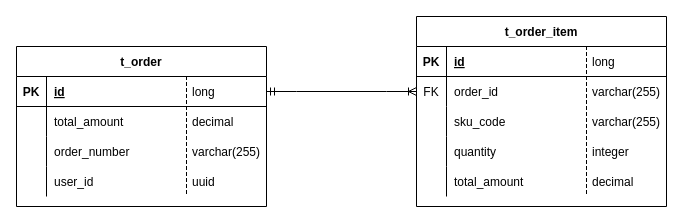
The draw.io diagram order-service/documentation/database/order-service-model.drawio in bogdanmilojevic/micro-commerce, before the edit. Source tidied: cells renumbered, new cells numbered last; positions are measured from the earlier drawing's top-left corner, leaving out a move shared by most shapes. Both pictures are drawn from the tidied source at 100%, with x=0, y=0 at pixel (16, 16).
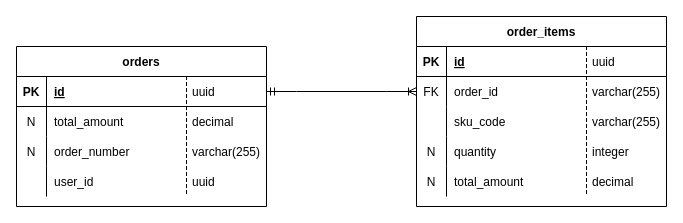
After the change.

Unchanged cells that the change refers to:
```xml
<mxCell id="6" style="shape=partialRectangle;fillColor=none;top=0;left=0;right=0;bottom=0;" parent="2" vertex="1">
  <mxGeometry y="60" width="250" height="30" as="geometry" />
</mxCell>
<mxCell id="9" style="shape=partialRectangle;fillColor=none;top=0;left=0;right=0;bottom=0;" parent="2" vertex="1">
  <mxGeometry y="90" width="250" height="30" as="geometry" />
</mxCell>
<mxCell id="25" style="shape=partialRectangle;fillColor=none;top=0;left=0;right=0;bottom=0;" parent="15" vertex="1">
  <mxGeometry y="120" width="250" height="30" as="geometry" />
</mxCell>
<mxCell id="28" style="shape=partialRectangle;fillColor=none;top=0;left=0;right=0;bottom=0;" parent="15" vertex="1">
  <mxGeometry y="150" width="250" height="30" as="geometry" />
</mxCell>
```

Diff of the diagram source:
```diff
@@
-    <mxCell id="2" value="t_order" style="shape=table;startSize=30;childLayout=tableLayout;rowLines=0;fontStyle=1;align=center;" parent="1" vertex="1">
+    <mxCell id="2" value="orders" style="shape=table;startSize=30;childLayout=tableLayout;rowLines=0;fontStyle=1;align=center;" parent="1" vertex="1">
       <mxGeometry y="30" width="250" height="160" as="geometry" />
     </mxCell>
@@
-    <mxCell id="7" style="shape=partialRectangle;overflow=hidden;fillColor=none;top=0;left=0;bottom=0;right=0;" parent="6" vertex="1">
+    <mxCell id="7" value="N" style="shape=partialRectangle;overflow=hidden;fillColor=none;top=0;left=0;bottom=0;right=0;" parent="6" vertex="1">
       <mxGeometry width="30" height="30" as="geometry" />
     </mxCell>
@@
-    <mxCell id="10" style="shape=partialRectangle;overflow=hidden;fillColor=none;top=0;left=0;bottom=0;right=0;" parent="9" vertex="1">
+    <mxCell id="10" value="N" style="shape=partialRectangle;overflow=hidden;fillColor=none;top=0;left=0;bottom=0;right=0;" parent="9" vertex="1">
       <mxGeometry width="30" height="30" as="geometry" />
     </mxCell>
@@
-    <mxCell id="15" value="t_order_item" style="shape=table;startSize=30;childLayout=tableLayout;rowLines=0;fontStyle=1;align=center;" parent="1" vertex="1">
+    <mxCell id="15" value="order_items" style="shape=table;startSize=30;childLayout=tableLayout;rowLines=0;fontStyle=1;align=center;" parent="1" vertex="1">
       <mxGeometry x="400" width="250" height="190" as="geometry" />
     </mxCell>
@@
-    <mxCell id="26" style="shape=partialRectangle;overflow=hidden;fillColor=none;top=0;left=0;bottom=0;right=0;" parent="25" vertex="1">
+    <mxCell id="26" value="N" style="shape=partialRectangle;overflow=hidden;fillColor=none;top=0;left=0;bottom=0;right=0;" parent="25" vertex="1">
       <mxGeometry width="30" height="30" as="geometry" />
     </mxCell>
@@
-    <mxCell id="29" style="shape=partialRectangle;overflow=hidden;fillColor=none;top=0;left=0;bottom=0;right=0;" parent="28" vertex="1">
+    <mxCell id="29" value="N" style="shape=partialRectangle;overflow=hidden;fillColor=none;top=0;left=0;bottom=0;right=0;" parent="28" vertex="1">
       <mxGeometry width="30" height="30" as="geometry" />
     </mxCell>
@@
-    <mxCell id="32" value="long" style="shape=partialRectangle;fillColor=none;align=left;verticalAlign=middle;strokeColor=none;spacingLeft=34;" parent="1" vertex="1">
+    <mxCell id="32" value="uuid" style="shape=partialRectangle;fillColor=none;align=left;verticalAlign=middle;strokeColor=none;spacingLeft=34;" parent="1" vertex="1">
       <mxGeometry x="140" y="60" width="90" height="30" as="geometry" />
     </mxCell>
@@
-    <mxCell id="36" value="long" style="shape=partialRectangle;fillColor=none;align=left;verticalAlign=middle;strokeColor=none;spacingLeft=34;" parent="1" vertex="1">
+    <mxCell id="36" value="uuid" style="shape=partialRectangle;fillColor=none;align=left;verticalAlign=middle;strokeColor=none;spacingLeft=34;" parent="1" vertex="1">
       <mxGeometry x="540" y="30" width="90" height="30" as="geometry" />
     </mxCell>
```
